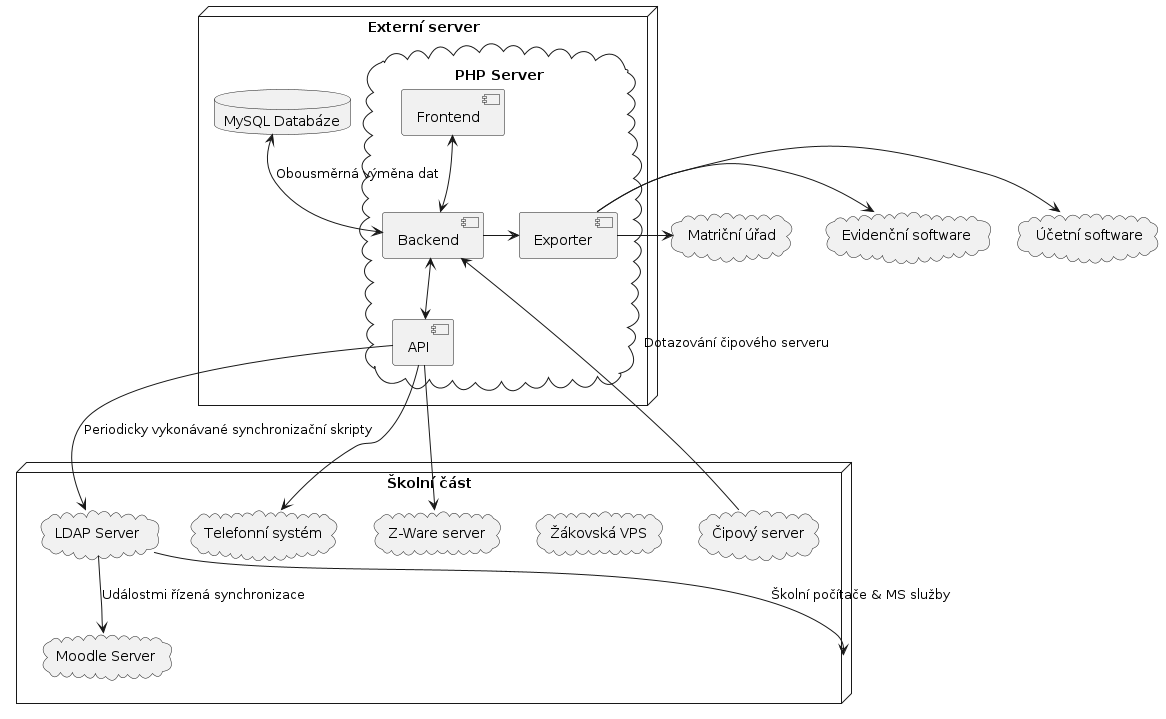
This is img/architektura-puvodni.png from DanielADK/tul-prj, a PlantUML export, as it was before one commit.
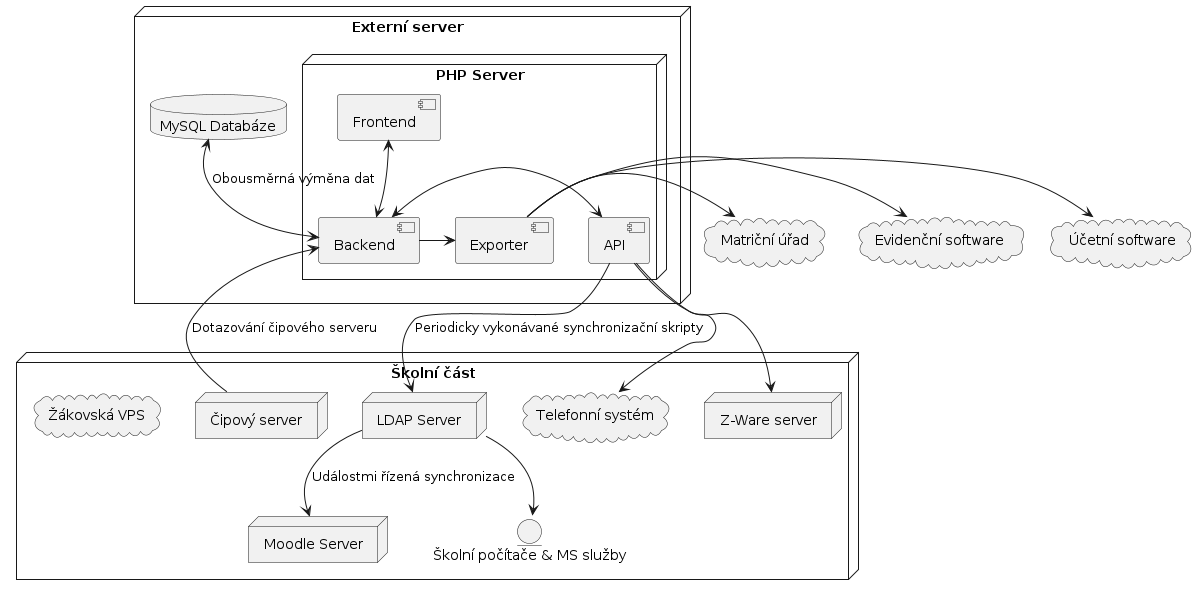
After the commit.

Commit message:
uprava sekce exporteru, miniToC, otoceni hlavniho schematu

Diff of the diagram source:
```diff
@@ -1,7 +1,7 @@
 @startuml
 node "Externí server" {
   database "MySQL Databáze" as MySQL
-  cloud "PHP Server" as PHP {
+  node "PHP Server" as PHP {
     [Backend]
     [Frontend]
     [API]
@@ -9,26 +9,27 @@
   }
 }
 node "Školní část" {
-  cloud "LDAP Server" as LDAP
-  cloud "Moodle Server" as Moodle
+  node "LDAP Server" as LDAP
+  node "Moodle Server" as Moodle
+  cloud "Telefonní systém" as Telefony
+  node "Z-Ware server" as ZWare
+  node "Čipový server" as Cipy
+  entity "Školní počítače & MS služby" as ŠkolníPC
   cloud "Žákovská VPS" as VPS
-  cloud "Telefonní systém" as Telefony
-  cloud "Z-Ware server" as ZWare
-  cloud "Čipový server" as Cipy
 }
 cloud "Matriční úřad" as Matrika
 cloud "Evidenční software" as Evidence
 cloud "Účetní software" as Ucto
 MySQL <--> [Backend] : Obousměrná výměna dat
-[Backend] <--> [API]
-[Backend] -right-> [Exporter]
-[Backend] <-- Cipy : Dotazování čipového serveru
+[Backend] <-right-> [API]
+[Backend] -> [Exporter]
+[Backend] <- Cipy : Dotazování čipového serveru
 [Frontend] <--> [Backend]
 [LDAP] --> Moodle : Událostmi řízená synchronizace
 [API] --> Telefony
-[API] --> LDAP : Periodicky vykonávané synchronizační skripty
+[API] -down-> LDAP : Periodicky vykonávané synchronizační skripty
 [API] --> ZWare
-LDAP --> [Školní část] : Školní počítače & MS služby
+LDAP --> [ŠkolníPC]
 [Exporter] -right-> Matrika
 [Exporter] -right-> Evidence
 [Exporter] -right-> Ucto
```
